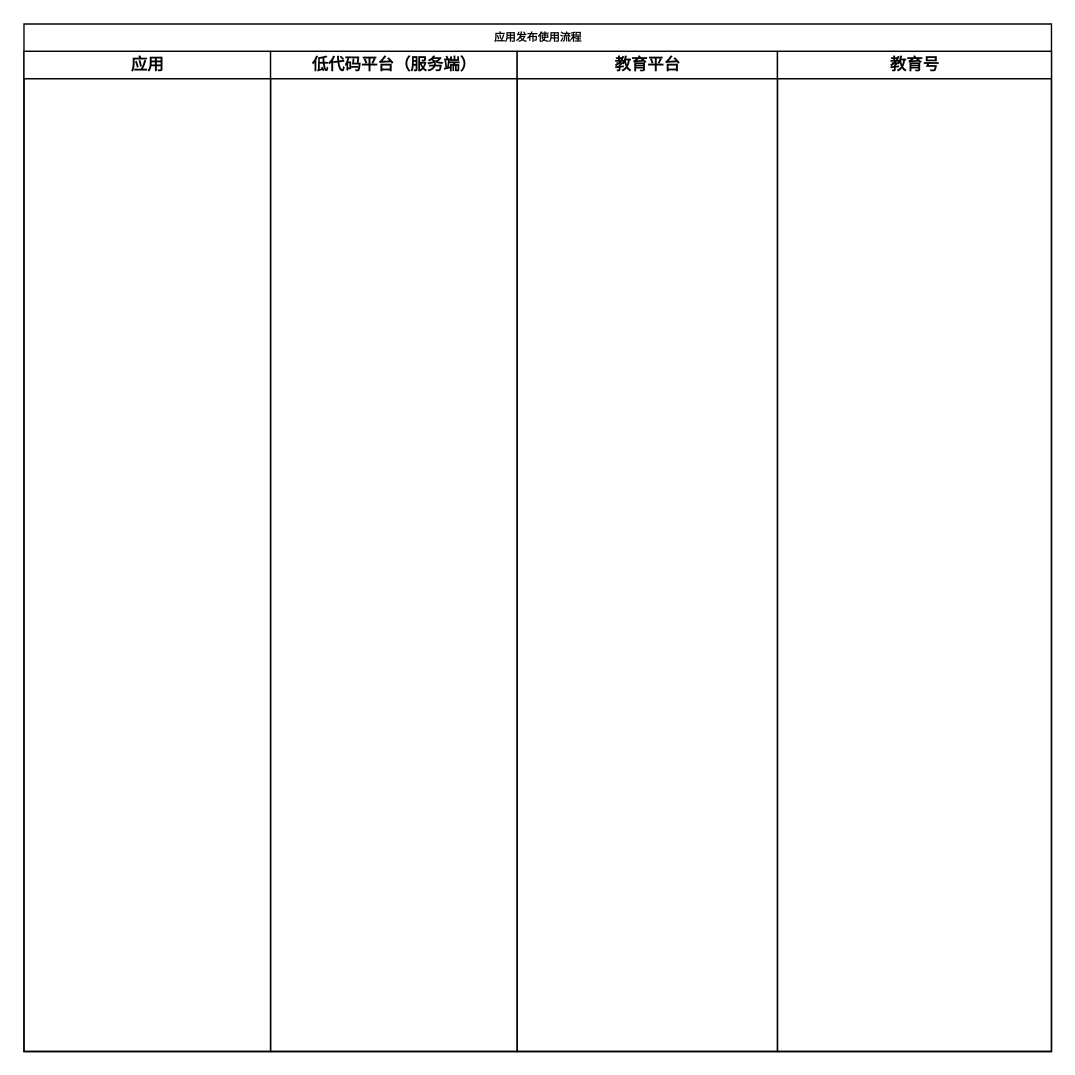
The draw.io diagram 低代码平台应用发布流程.drawio in liangdengming/diagrams, before the edit. Source tidied: cells renumbered, new cells numbered last; positions are measured from the earlier drawing's top-left corner, leaving out a move shared by most shapes. Both pictures are drawn from the tidied source at 137%, with x=0, y=0 at pixel (23, 23).
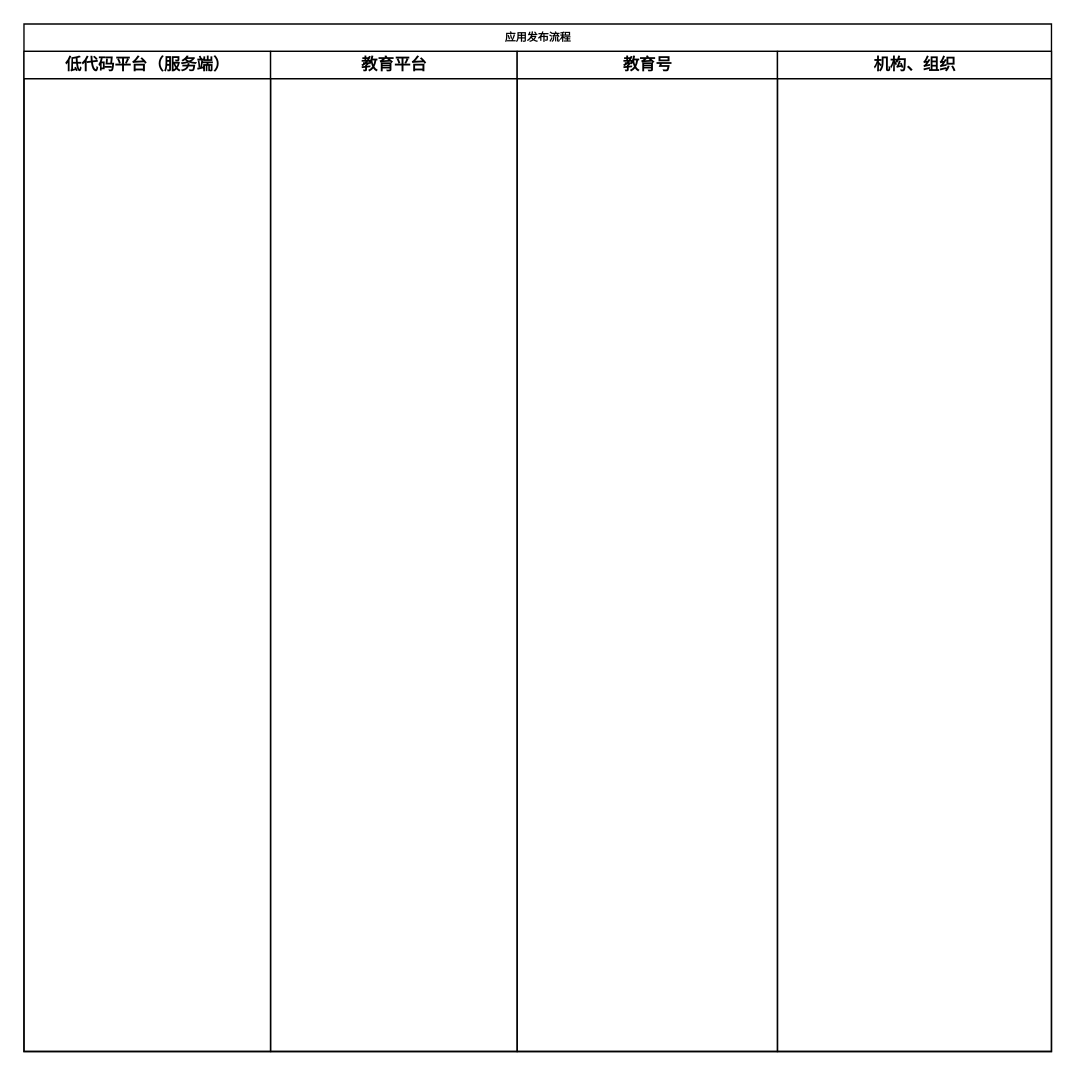
After the change.

Commit message (it also covers changes not shown here):
低代码平台应用发布流程.drawio

What changed in the source:
```diff
@@
 <mxGraphModel>
   <root>
     <mxCell id="0" />
     <mxCell id="1" parent="0" />
-    <mxCell id="2" value="应用发布使用流程" style="swimlane;html=1;startSize=20;rounded=0;shadow=0;labelBackgroundColor=none;strokeWidth=1;fontFamily=Verdana;fontSize=8;align=center;" parent="1" vertex="1">
+    <mxCell id="2" value="应用发布流程" style="swimlane;html=1;startSize=20;rounded=0;shadow=0;labelBackgroundColor=none;strokeWidth=1;fontFamily=Verdana;fontSize=8;align=center;" parent="1" vertex="1">
       <mxGeometry width="750" height="750" as="geometry" />
     </mxCell>
-    <mxCell id="3" value="应用" style="swimlane;html=1;startSize=20;" parent="2" vertex="1">
+    <mxCell id="3" value="低代码平台（服务端）" style="swimlane;html=1;startSize=20;" parent="2" vertex="1">
       <mxGeometry y="20" width="180" height="730" as="geometry" />
     </mxCell>
-    <mxCell id="4" value="低代码平台（服务端）" style="swimlane;html=1;startSize=20;" parent="2" vertex="1">
+    <mxCell id="4" value="教育平台" style="swimlane;html=1;startSize=20;" parent="2" vertex="1">
       <mxGeometry x="180" y="20" width="180" height="730" as="geometry" />
     </mxCell>
-    <mxCell id="5" value="教育平台" style="swimlane;html=1;startSize=20;" parent="2" vertex="1">
+    <mxCell id="5" value="教育号" style="swimlane;html=1;startSize=20;" parent="2" vertex="1">
       <mxGeometry x="360" y="20" width="190" height="730" as="geometry" />
     </mxCell>
-    <mxCell id="6" value="教育号" style="swimlane;html=1;startSize=20;" parent="2" vertex="1">
+    <mxCell id="6" value="机构、组织" style="swimlane;html=1;startSize=20;" parent="2" vertex="1">
       <mxGeometry x="550" y="20" width="200" height="730" as="geometry" />
     </mxCell>
   </root>
 </mxGraphModel>
```
